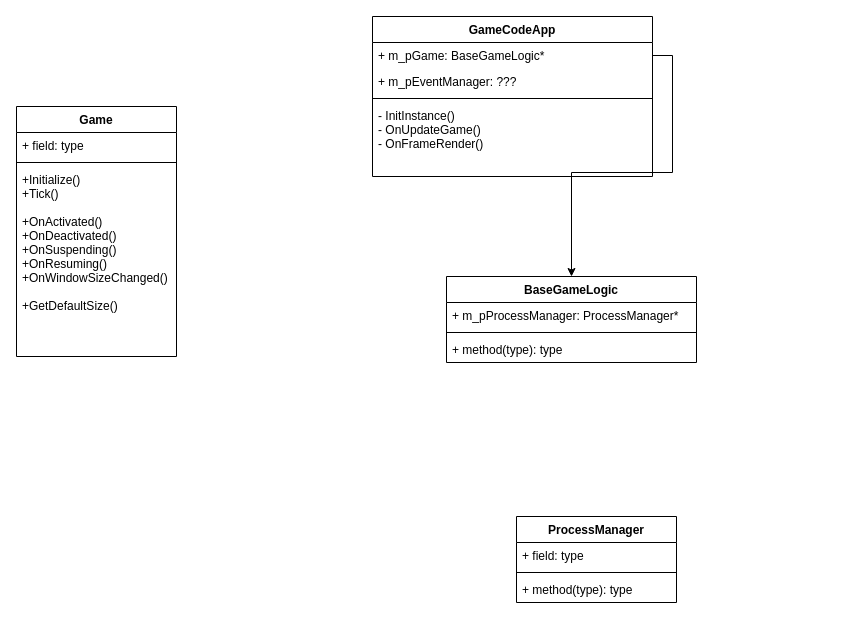
The draw.io diagram Untitled Diagram.drawio in Ksardarius/store, before the edit. Source tidied: cells renumbered, new cells numbered last; positions are measured from the earlier drawing's top-left corner, leaving out a move shared by most shapes. Both pictures are drawn from the tidied source at 100%, with x=0, y=0 at pixel (16, 16).
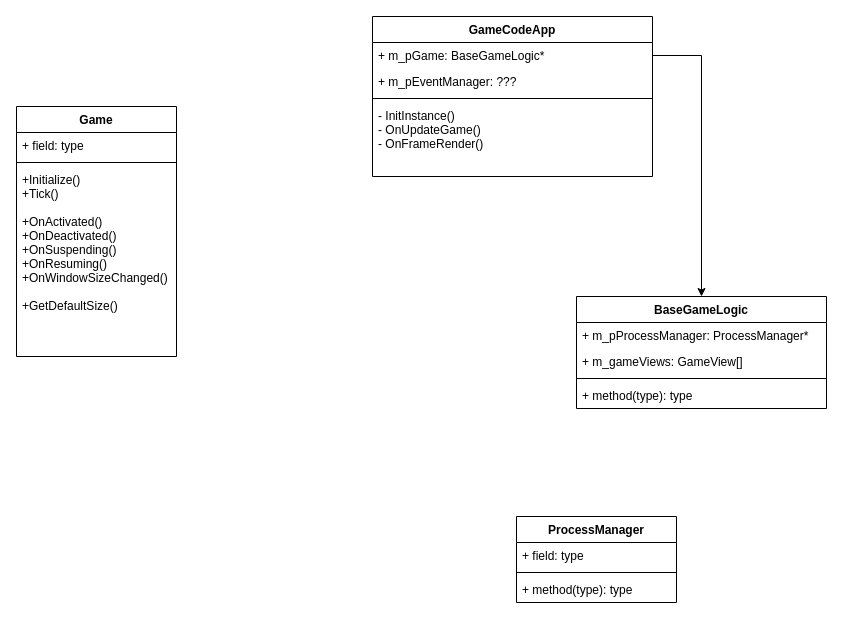
The same diagram, later.

What changed in the source:
```diff
@@
     <mxCell id="15" value="BaseGameLogic" style="swimlane;fontStyle=1;align=center;verticalAlign=top;horizontal=1;startSize=26;" parent="1" vertex="1">
-      <mxGeometry x="430" y="260" width="250" height="86" as="geometry" />
+      <mxGeometry x="560" y="280" width="250" height="112" as="geometry" />
     </mxCell>
@@
+    <mxCell id="20" value="+ m_gameViews: GameView[]" style="text;strokeColor=none;fillColor=none;align=left;verticalAlign=top;spacingLeft=4;spacingRight=4;overflow=hidden;" parent="15" vertex="1">
+      <mxGeometry y="52" width="250" height="26" as="geometry" />
+    </mxCell>
     <mxCell id="17" style="line;strokeWidth=1;fillColor=none;align=left;verticalAlign=middle;spacingTop=-1;spacingLeft=3;spacingRight=3;labelPosition=right;" parent="15" vertex="1">
-      <mxGeometry y="52" width="250" height="8" as="geometry" />
+      <mxGeometry y="78" width="250" height="8" as="geometry" />
     </mxCell>
     <mxCell id="18" value="+ method(type): type" style="text;strokeColor=none;fillColor=none;align=left;verticalAlign=top;spacingLeft=4;spacingRight=4;overflow=hidden;" parent="15" vertex="1">
-      <mxGeometry y="60" width="250" height="26" as="geometry" />
+      <mxGeometry y="86" width="250" height="26" as="geometry" />
     </mxCell>
```
